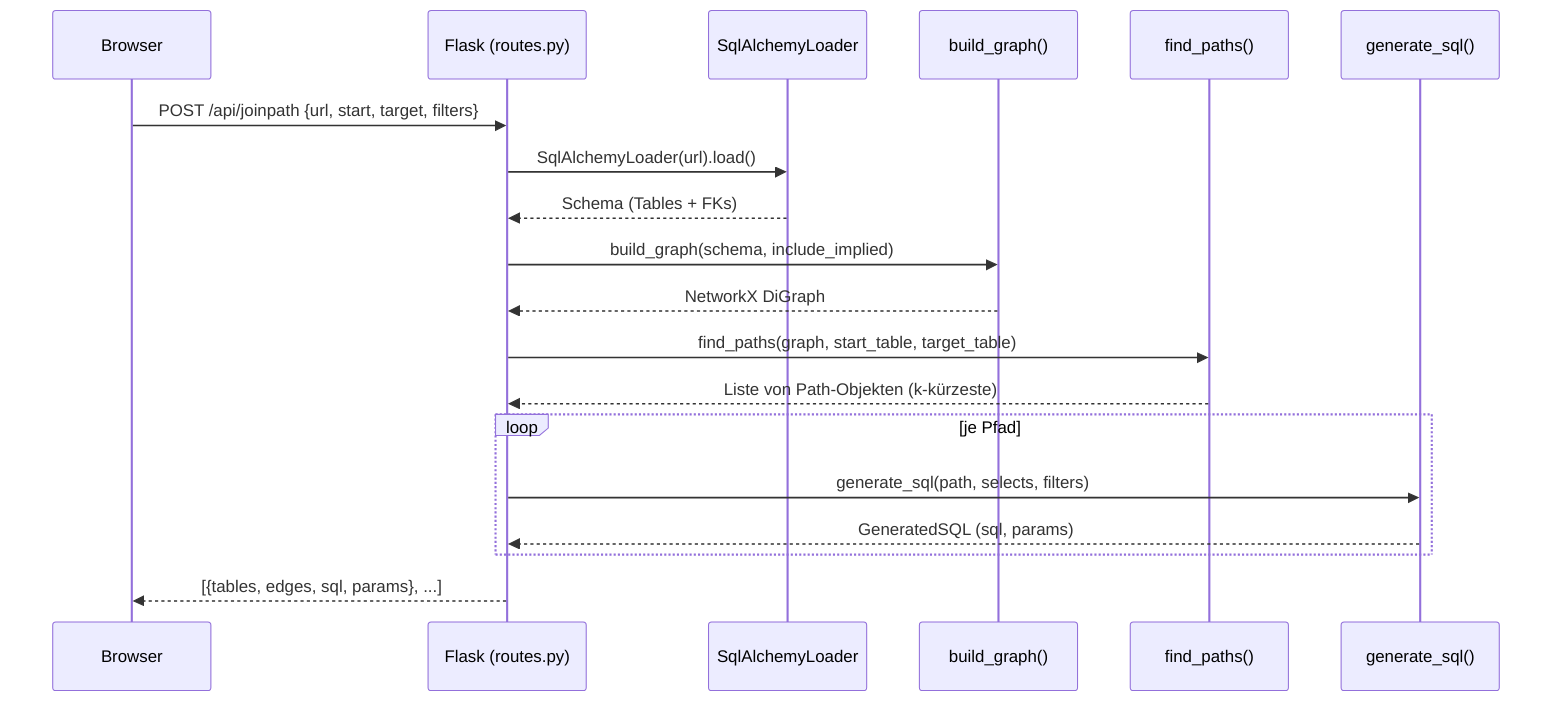
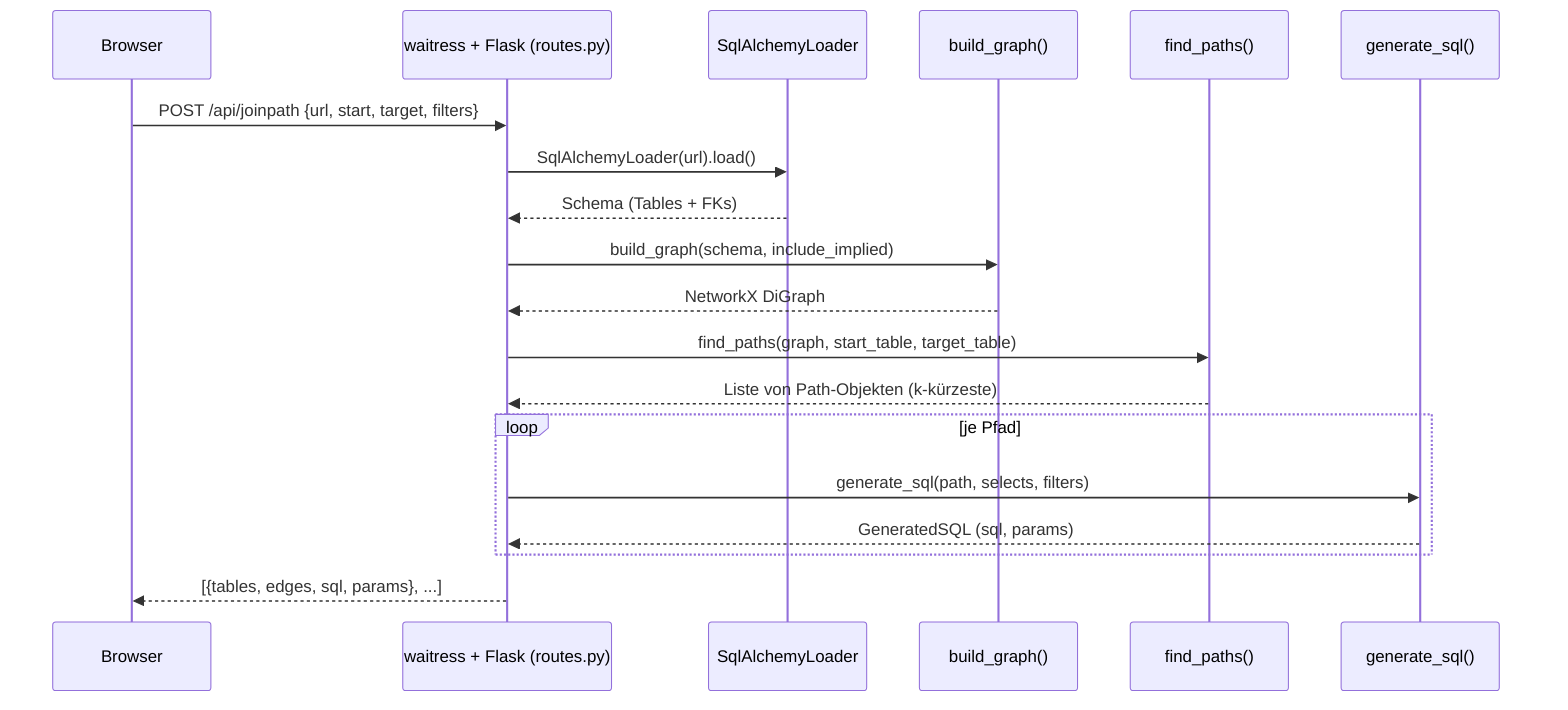
sequenceDiagram
    participant B as Browser
-     participant F as Flask (routes.py)
+     participant F as waitress + Flask (routes.py)
    participant L as SqlAlchemyLoader
    participant G as build_graph()
    participant P as find_paths()
    participant S as generate_sql()

    B->>F: POST /api/joinpath {url, start, target, filters}
    F->>L: SqlAlchemyLoader(url).load()
    L-->>F: Schema (Tables + FKs)
    F->>G: build_graph(schema, include_implied)
    G-->>F: NetworkX DiGraph
    F->>P: find_paths(graph, start_table, target_table)
    P-->>F: Liste von Path-Objekten (k-kürzeste)
    loop je Pfad
        F->>S: generate_sql(path, selects, filters)
        S-->>F: GeneratedSQL (sql, params)
    end
    F-->>B: [{tables, edges, sql, params}, ...]
